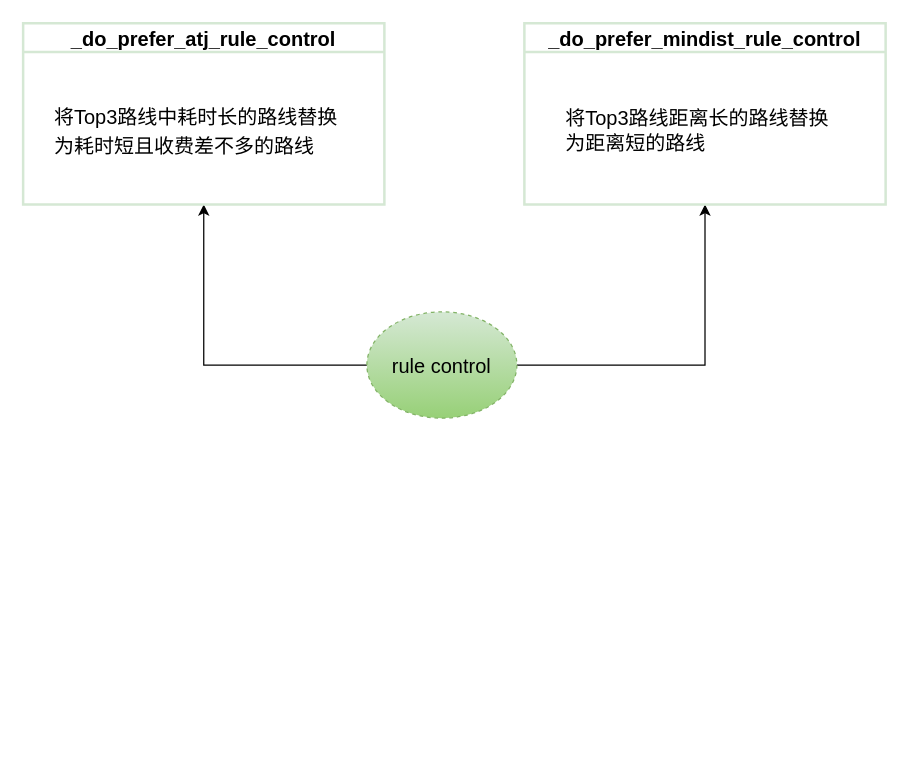
Earlier version of the draw.io diagram page "Page-4" (4 of 5) of test.drawio (Asucan/reduce_memory). Source tidied: cells renumbered, new cells numbered last; positions are measured from the earlier drawing's top-left corner, leaving out a move shared by most shapes. Both pictures are drawn from the tidied source at 125%, with x=0, y=0 at pixel (22, 22).
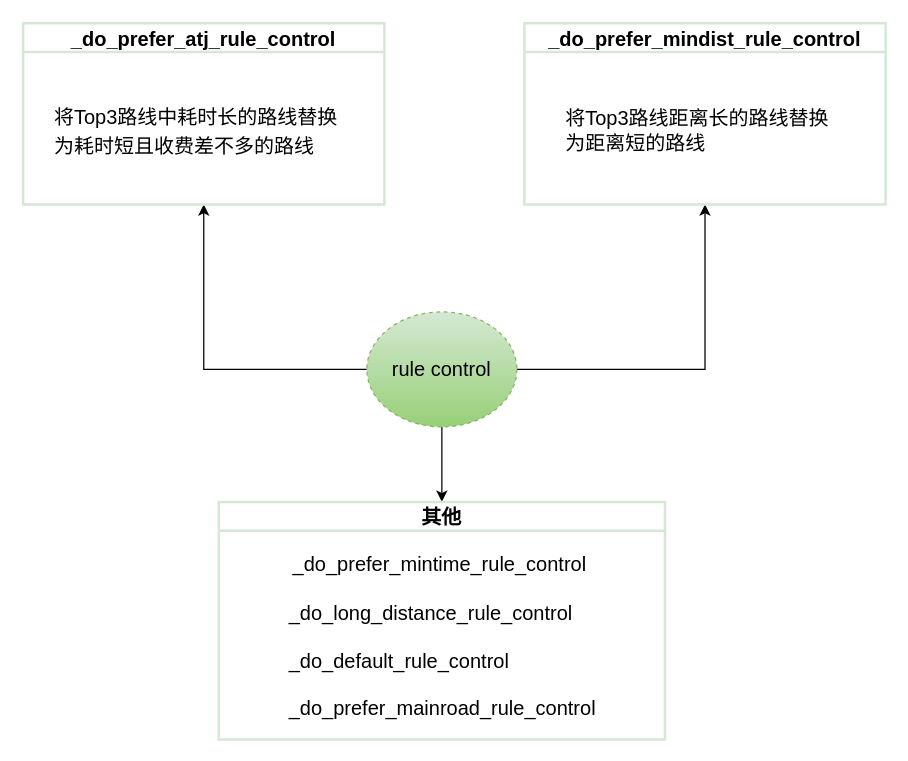
The same page after the edit.

Change to the diagram source:
```diff
@@
 <mxGraphModel>
   <root>
     <mxCell id="0" />
     <mxCell id="1" parent="0" />
     <mxCell id="2" style="edgeStyle=orthogonalEdgeStyle;rounded=0;jettySize=auto;html=1;entryX=0.5;entryY=1;entryDx=0;entryDy=0;fontSize=16;exitX=0;exitY=0.5;exitDx=0;exitDy=0;" parent="1" edge="1" source="4" target="5">
       <mxGeometry relative="1" as="geometry" />
     </mxCell>
     <mxCell id="3" style="edgeStyle=orthogonalEdgeStyle;rounded=0;jettySize=auto;html=1;entryX=0.5;entryY=1;entryDx=0;entryDy=0;fontSize=16;" parent="1" edge="1" source="4" target="7">
       <mxGeometry relative="1" as="geometry" />
     </mxCell>
+    <mxCell id="9" style="edgeStyle=orthogonalEdgeStyle;rounded=0;jettySize=auto;html=1;exitX=0.5;exitY=1;exitDx=0;exitDy=0;entryX=0.5;entryY=0;entryDx=0;entryDy=0;fontSize=16;" parent="1" edge="1" source="4" target="10">
+      <mxGeometry relative="1" as="geometry" />
+    </mxCell>
     <mxCell id="4" value="&lt;font style=&quot;font-size: 16px&quot;&gt;rule control&lt;/font&gt;" style="ellipse;whiteSpace=wrap;html=1;dashed=1;strokeColor=#82b366;fillColor=#d5e8d4;gradientColor=#97d077;" parent="1" vertex="1">
-      <mxGeometry x="275" y="231" width="120" height="85" as="geometry" />
+      <mxGeometry x="275" y="231" width="120" height="92" as="geometry" />
     </mxCell>
     <mxCell id="5" value="_do_prefer_atj_rule_control" style="swimlane;fontSize=16;strokeWidth=2;fillColor=none;strokeColor=#D5E8D4;" parent="1" vertex="1">
       <mxGeometry width="289" height="145" as="geometry" />
     </mxCell>
     <mxCell id="6" value="&lt;br&gt;&lt;div style=&quot;line-height: 150% ; margin-top: 0pt ; margin-bottom: 0pt ; margin-left: 0.25in ; margin-right: 0in ; text-indent: -0.25in ; text-align: left ; direction: ltr ; unicode-bidi: embed ; word-break: normal&quot;&gt;&lt;span style=&quot;font-size: 12pt ; font-family: &amp;#34;songti sc&amp;#34; ; letter-spacing: 0pt ; vertical-align: baseline&quot;&gt;将&lt;/span&gt;&lt;span style=&quot;font-size: 12pt ; font-family: &amp;#34;songti sc&amp;#34; ; letter-spacing: 0pt ; vertical-align: baseline&quot;&gt;Top3&lt;/span&gt;&lt;span style=&quot;font-size: 12pt ; font-family: &amp;#34;songti sc&amp;#34; ; letter-spacing: 0pt ; vertical-align: baseline&quot;&gt;路线中耗时长的路线替换&lt;/span&gt;&lt;/div&gt;&lt;div style=&quot;line-height: 150% ; margin-top: 0pt ; margin-bottom: 0pt ; margin-left: 0.25in ; margin-right: 0in ; text-indent: -0.25in ; text-align: left ; direction: ltr ; unicode-bidi: embed ; word-break: normal&quot;&gt;&lt;span style=&quot;font-size: 12pt ; font-family: &amp;#34;songti sc&amp;#34; ; letter-spacing: 0pt ; vertical-align: baseline&quot;&gt;为耗时短且收费差不多的路线&lt;/span&gt;&lt;/div&gt;&lt;br&gt;" style="text;html=1;align=center;verticalAlign=middle;strokeColor=none;fontSize=15;" parent="5" vertex="1">
       <mxGeometry x="18" y="42" width="240" height="90" as="geometry" />
     </mxCell>
     <mxCell id="7" value="&#10;&#10;_do_prefer_mindist_rule_control&#10;&#10;" style="swimlane;fontSize=16;strokeWidth=2;fillColor=none;strokeColor=#D5E8D4;" parent="1" vertex="1">
       <mxGeometry x="401" width="289" height="145" as="geometry" />
     </mxCell>
     <mxCell id="8" value="&lt;span style=&quot;text-align: left ; text-indent: -0.25in ; font-size: 12pt ; font-family: &amp;#34;songti sc&amp;#34; ; letter-spacing: 0pt ; vertical-align: baseline&quot;&gt;将&lt;/span&gt;&lt;span style=&quot;text-align: left ; text-indent: -0.25in ; font-size: 12pt ; font-family: &amp;#34;songti sc&amp;#34; ; letter-spacing: 0pt ; vertical-align: baseline&quot;&gt;Top3&lt;/span&gt;&lt;span style=&quot;text-align: left ; text-indent: -0.25in ; font-size: 12pt ; font-family: &amp;#34;songti sc&amp;#34; ; letter-spacing: 0pt ; vertical-align: baseline&quot;&gt;路线距离长的路线替换&lt;/span&gt;&lt;br&gt;&lt;div style=&quot;line-height: 150% ; margin-top: 0pt ; margin-bottom: 0pt ; margin-left: 0.25in ; margin-right: 0in ; text-indent: -0.25in ; text-align: left ; direction: ltr ; unicode-bidi: embed ; word-break: normal&quot;&gt;&lt;span style=&quot;font-size: 12pt ; font-family: &amp;#34;songti sc&amp;#34; ; letter-spacing: 0pt ; vertical-align: baseline&quot;&gt;为距离短的路线&lt;/span&gt;&lt;/div&gt;" style="text;html=1;align=center;verticalAlign=middle;strokeColor=none;fontSize=15;" parent="7" vertex="1">
       <mxGeometry x="28" y="64" width="220" height="46" as="geometry" />
     </mxCell>
+    <mxCell id="10" value="其他" style="swimlane;fontSize=16;strokeWidth=2;fillColor=none;strokeColor=#D5E8D4;" parent="1" vertex="1">
+      <mxGeometry x="156.5" y="383" width="357" height="190" as="geometry" />
+    </mxCell>
+    <mxCell id="11" value="&lt;font style=&quot;font-size: 16px&quot;&gt;&lt;span style=&quot;text-align: left ; font-family: &amp;#34;calibri&amp;#34;&quot;&gt;_&lt;/span&gt;&lt;span style=&quot;text-align: left ; font-family: &amp;#34;calibri&amp;#34;&quot;&gt;do_prefer_mintime_rule_control&lt;br&gt;&lt;/span&gt;&lt;br&gt;&lt;/font&gt;&lt;p style=&quot;margin-top: 0pt ; margin-bottom: 0pt ; margin-left: 0in ; text-align: left ; direction: ltr ; unicode-bidi: embed ; word-break: normal ; font-size: 16px&quot;&gt;&lt;font style=&quot;font-size: 16px&quot;&gt;&lt;span style=&quot;font-family: &amp;#34;calibri&amp;#34;&quot;&gt;&amp;nbsp;_&lt;/span&gt;&lt;span style=&quot;font-family: &amp;#34;calibri&amp;#34;&quot;&gt;do_long_distance_rule_control&lt;/span&gt;&lt;/font&gt;&lt;/p&gt;&lt;p style=&quot;margin-top: 0pt ; margin-bottom: 0pt ; margin-left: 0in ; text-align: left ; direction: ltr ; unicode-bidi: embed ; word-break: normal ; font-size: 16px&quot;&gt;&lt;font style=&quot;font-size: 16px&quot;&gt;&lt;br&gt;&lt;/font&gt;&lt;/p&gt;&lt;p style=&quot;margin-top: 0pt ; margin-bottom: 0pt ; margin-left: 0in ; text-align: left ; direction: ltr ; unicode-bidi: embed ; word-break: normal ; font-size: 16px&quot;&gt;&lt;font style=&quot;font-size: 16px&quot;&gt;&lt;span style=&quot;font-family: &amp;#34;calibri&amp;#34; ; color: black&quot;&gt;&amp;nbsp;_&lt;/span&gt;&lt;span style=&quot;font-family: &amp;#34;calibri&amp;#34; ; color: black&quot;&gt;do_default_rule_&lt;/span&gt;&lt;span style=&quot;font-family: &amp;#34;calibri&amp;#34; ; color: black&quot;&gt;control&lt;/span&gt;&lt;/font&gt;&lt;/p&gt;&lt;p style=&quot;margin-top: 0pt ; margin-bottom: 0pt ; margin-left: 0in ; text-align: left ; direction: ltr ; unicode-bidi: embed ; word-break: normal ; font-size: 16px&quot;&gt;&lt;span style=&quot;font-family: &amp;#34;calibri&amp;#34; ; color: black&quot;&gt;&lt;font style=&quot;font-size: 16px&quot;&gt;&lt;br&gt;&lt;/font&gt;&lt;/span&gt;&lt;/p&gt;&lt;p style=&quot;margin-top: 0pt ; margin-bottom: 0pt ; margin-left: 0in ; text-align: left ; direction: ltr ; unicode-bidi: embed ; word-break: normal ; font-size: 16px&quot;&gt;&lt;font style=&quot;font-size: 16px&quot;&gt;&lt;span style=&quot;font-family: &amp;#34;calibri&amp;#34; ; color: black&quot;&gt;&amp;nbsp;_&lt;/span&gt;&lt;span style=&quot;font-family: &amp;#34;calibri&amp;#34; ; color: black&quot;&gt;do_prefer_mainroad_rule_control&lt;/span&gt;&lt;/font&gt;&lt;/p&gt;" style="text;html=1;align=center;verticalAlign=middle;strokeColor=none;fontSize=15;" parent="10" vertex="1">
+      <mxGeometry x="42.5" y="40.5" width="267" height="135" as="geometry" />
+    </mxCell>
   </root>
 </mxGraphModel>
```
